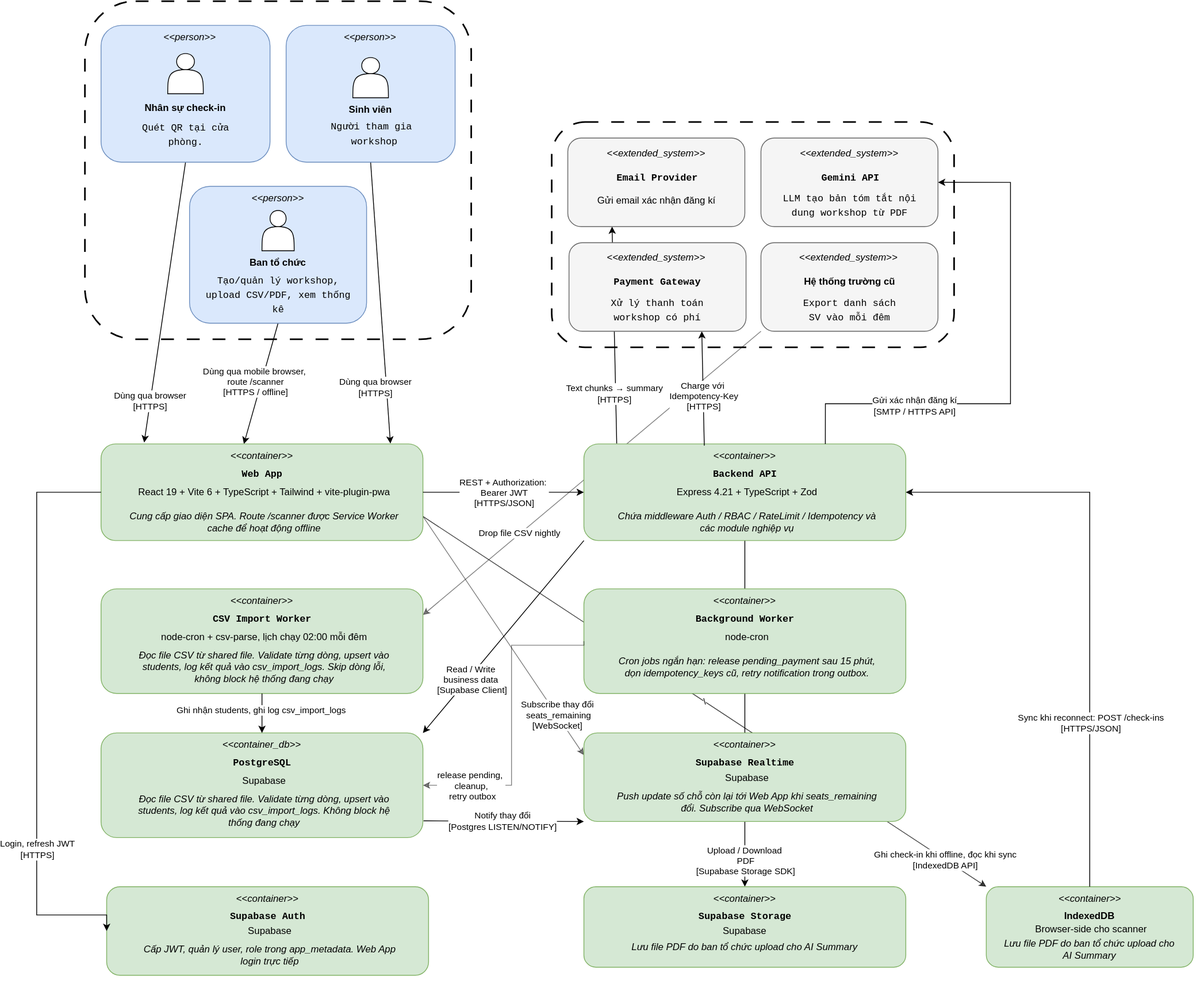
This is img/c4.lv2.svg from cattybeo/23tkpm1-group16-unihub-workshop, a draw.io export, as it was before one commit. Source tidied: cells renumbered, new cells last; positions are measured from the earlier drawing's top-left corner, leaving out a move shared by most shapes.
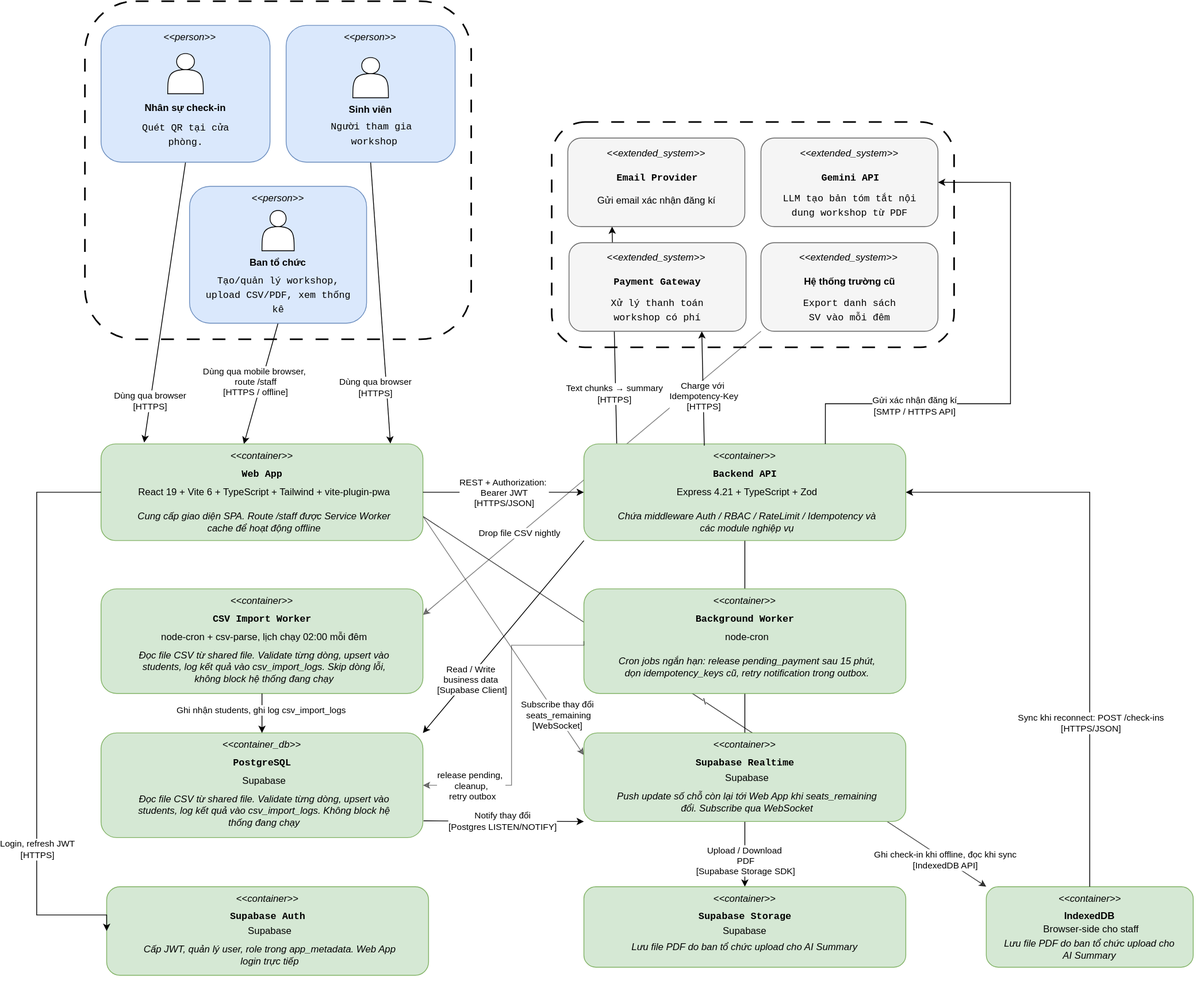
After the commit.

Diff of the diagram source:
```diff
@@ -63,7 +63,7 @@
     <mxCell id="18" style="edgeStyle=none;shape=connector;rounded=0;jettySize=auto;html=1;exitX=0.5;exitY=1;exitDx=0;exitDy=0;strokeColor=default;align=center;verticalAlign=middle;fontFamily=Helvetica;fontSize=11;fontColor=default;labelBackgroundColor=default;endArrow=classic;entryX=0.25;entryY=0;entryDx=0;entryDy=0;" parent="1" edge="1" source="22" target="42">
       <mxGeometry relative="1" as="geometry" />
     </mxCell>
-    <mxCell id="19" value="Dùng qua mobile browser, &#10;route /scanner&#10;[HTTPS / offline]" style="edgeLabel;html=1;align=center;verticalAlign=middle;" parent="18" vertex="1">
+    <mxCell id="19" value="Dùng qua mobile browser, &#10;route /staff&#10;[HTTPS / offline]" style="edgeLabel;html=1;align=center;verticalAlign=middle;" parent="18" vertex="1">
       <mxGeometry x="0.67" y="-2" relative="1" as="geometry">
         <mxPoint x="9" y="-53" as="offset" />
       </mxGeometry>
@@ -140,7 +140,7 @@
     <mxCell id="43" value="React 19 + Vite 6 + TypeScript + Tailwind + vite-plugin-pwa" style="text;html=1;whiteSpace=wrap;strokeColor=none;fillColor=none;align=center;verticalAlign=middle;rounded=0;" parent="39" vertex="1">
       <mxGeometry x="33.8" y="45" width="337.5" height="30" as="geometry" />
     </mxCell>
-    <mxCell id="44" value="Cung cấp giao diện SPA.&amp;nbsp;Route /scanner được Service Worker cache để hoạt động offline" style="text;html=1;whiteSpace=wrap;strokeColor=none;fillColor=none;align=center;verticalAlign=middle;rounded=0;fontStyle=2;" parent="39" vertex="1">
+    <mxCell id="44" value="Cung cấp giao diện SPA.&amp;nbsp;Route /staff được Service Worker cache để hoạt động offline" style="text;html=1;whiteSpace=wrap;strokeColor=none;fillColor=none;align=center;verticalAlign=middle;rounded=0;fontStyle=2;" parent="39" vertex="1">
       <mxGeometry x="33.8" y="82" width="337.5" height="30" as="geometry" />
     </mxCell>
     <mxCell id="45" style="group;" parent="1" vertex="1">
@@ -283,7 +283,7 @@
     <mxCell id="88" value="&amp;lt;&amp;lt;container&amp;gt;&amp;gt;" style="text;html=1;whiteSpace=wrap;strokeColor=none;fillColor=none;align=center;verticalAlign=middle;rounded=0;fontStyle=2;" parent="85" vertex="1">
       <mxGeometry x="99.6" width="57.9" height="30" as="geometry" />
     </mxCell>
-    <mxCell id="89" value="Browser-side cho scanner" style="text;html=1;whiteSpace=wrap;strokeColor=none;fillColor=none;align=center;verticalAlign=middle;rounded=0;" parent="85" vertex="1">
+    <mxCell id="89" value="Browser-side cho staff" style="text;html=1;whiteSpace=wrap;strokeColor=none;fillColor=none;align=center;verticalAlign=middle;rounded=0;" parent="85" vertex="1">
       <mxGeometry x="21.7" y="38" width="217" height="30" as="geometry" />
     </mxCell>
     <mxCell id="90" value="&lt;i&gt;Lưu file PDF do ban tổ chức upload cho AI Summary&lt;/i&gt;" style="text;html=1;whiteSpace=wrap;strokeColor=none;fillColor=none;align=center;verticalAlign=middle;rounded=0;" parent="85" vertex="1">
```
